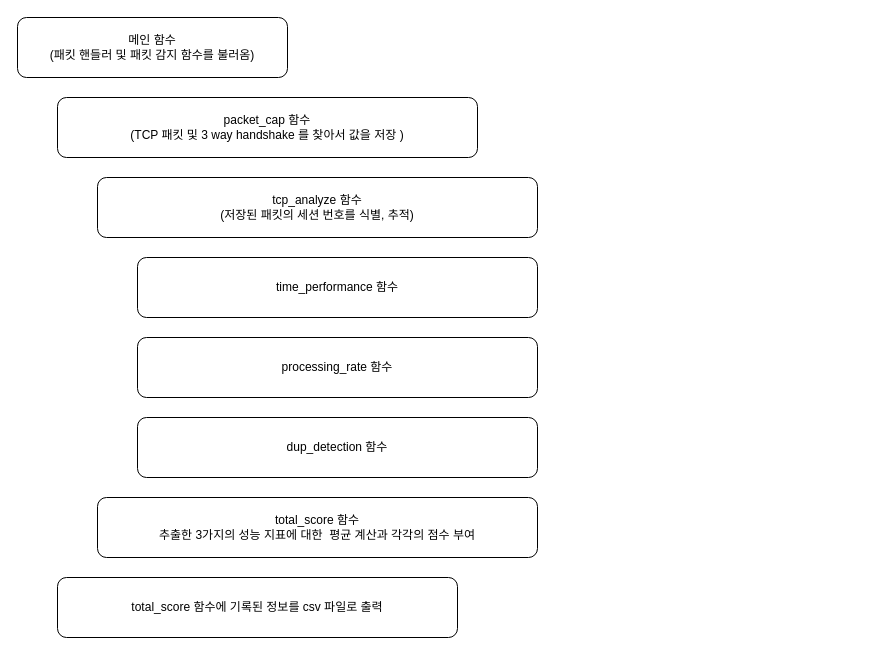
Before: Tcp-analyzer/plan.drawio in organic4597/My-Wins-Portfolio, a draw.io diagram. Source tidied: cells renumbered, new cells numbered last; positions are measured from the earlier drawing's top-left corner, leaving out a move shared by most shapes. Both pictures are drawn from the tidied source at 100%, with x=0, y=0 at pixel (17, 17).
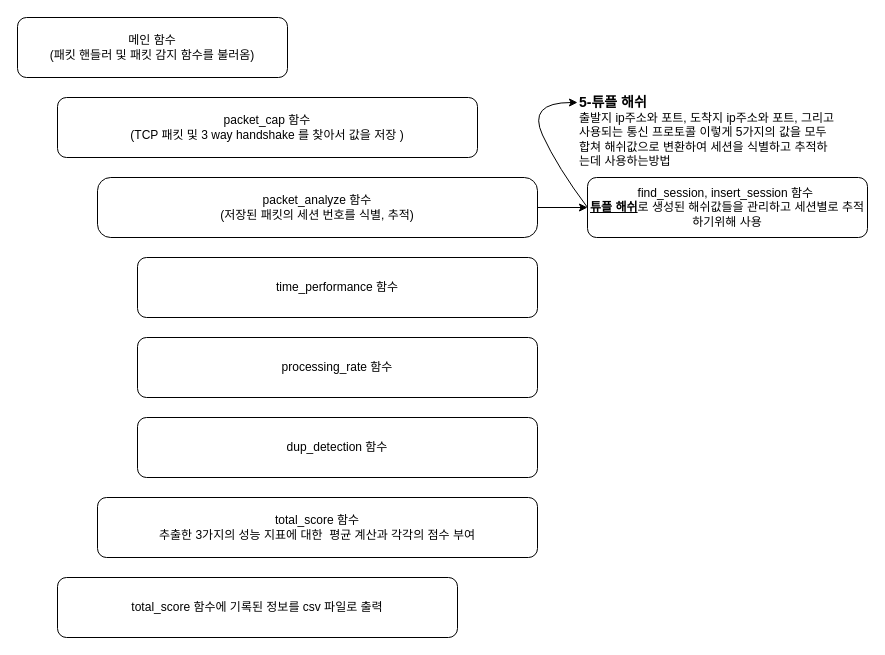
After the change.

Commit message (it also covers changes not shown here):
5-튜플 정보보 추출 후 해쉬값으로 세션별로 출력구현

Diff of the diagram source:
```diff
@@
 <mxGraphModel>
   <root>
     <mxCell id="0" />
     <mxCell id="1" parent="0" />
     <mxCell id="2" value="메인 함수&lt;div&gt;(패킷 핸들러 및 패킷 감지 함수를 불러옴)&lt;/div&gt;" style="rounded=1;whiteSpace=wrap;html=1;" parent="1" vertex="1">
       <mxGeometry width="270" height="60" as="geometry" />
     </mxCell>
     <mxCell id="3" value="packet_cap 함수&lt;div&gt;(TCP 패킷 및 3 way handshake 를 찾아서 값을 저장 )&lt;/div&gt;" style="rounded=1;whiteSpace=wrap;html=1;" parent="1" vertex="1">
       <mxGeometry x="40" y="80" width="420" height="60" as="geometry" />
     </mxCell>
+    <mxCell id="10" style="edgeStyle=none;html=1;exitX=1;exitY=0.5;exitDx=0;exitDy=0;" parent="1" edge="1" source="4" target="12">
+      <mxGeometry relative="1" as="geometry" />
+    </mxCell>
-    <mxCell id="4" value="tcp_analyze 함수&lt;div&gt;(저장된 패킷의 세션 번호를 식별, 추적)&lt;/div&gt;" style="rounded=1;whiteSpace=wrap;html=1;" parent="1" vertex="1">
+    <mxCell id="4" value="packet_analyze 함수&lt;div&gt;(저장된 패킷의 세션 번호를 식별, 추적)&lt;/div&gt;" style="rounded=1;whiteSpace=wrap;html=1;arcSize=22;" parent="1" vertex="1">
       <mxGeometry x="80" y="160" width="440" height="60" as="geometry" />
     </mxCell>
     <mxCell id="5" value="time_performance 함수" style="rounded=1;whiteSpace=wrap;html=1;" parent="1" vertex="1">
       <mxGeometry x="120" y="240" width="400" height="60" as="geometry" />
     </mxCell>
     <mxCell id="6" value="dup_detection 함수" style="rounded=1;whiteSpace=wrap;html=1;" parent="1" vertex="1">
       <mxGeometry x="120" y="400" width="400" height="60" as="geometry" />
     </mxCell>
     <mxCell id="7" value="processing_rate 함수" style="rounded=1;whiteSpace=wrap;html=1;" parent="1" vertex="1">
       <mxGeometry x="120" y="320" width="400" height="60" as="geometry" />
     </mxCell>
     <mxCell id="8" value="total_score 함수&lt;div&gt;추출한 3가지의 성능 지표에 대한&amp;nbsp; 평균 계산과 각각의 점수 부여&lt;/div&gt;" style="rounded=1;whiteSpace=wrap;html=1;" parent="1" vertex="1">
       <mxGeometry x="80" y="480" width="440" height="60" as="geometry" />
     </mxCell>
     <mxCell id="9" value="total_score 함수에 기록된 정보를 csv 파일로 출력" style="rounded=1;whiteSpace=wrap;html=1;" parent="1" vertex="1">
       <mxGeometry x="40" y="560" width="400" height="60" as="geometry" />
     </mxCell>
+    <mxCell id="11" value="&lt;font style=&quot;font-size: 14px;&quot;&gt;&lt;b&gt;5-튜플 해쉬&lt;/b&gt;&lt;/font&gt;&lt;br&gt;출발지 ip주소와 포트, 도착지 ip주소와 포트, 그리고 사용되는 통신 프로토콜 이렇게 5가지의 값을 모두 합쳐 해쉬값으로 변환하여 세션을 식별하고 추적하는데 사용하는방법" style="text;html=1;whiteSpace=wrap;overflow=hidden;rounded=0;fillColor=default;" parent="1" vertex="1">
+      <mxGeometry x="560" y="70" width="260" height="90" as="geometry" />
+    </mxCell>
+    <mxCell id="12" value="find_session, insert_session 함수&amp;nbsp;&lt;div&gt;&lt;u&gt;&lt;b&gt;튜플 해쉬&lt;/b&gt;&lt;/u&gt;로 생성된 해쉬값들을 관리하고 세션별로 추적 하기위해 사용&lt;/div&gt;" style="rounded=1;whiteSpace=wrap;html=1;" parent="1" vertex="1">
+      <mxGeometry x="570" y="160" width="280" height="60" as="geometry" />
+    </mxCell>
+    <mxCell id="13" style="curved=1;endArrow=classic;html=1;exitX=0;exitY=0.5;exitDx=0;exitDy=0;" parent="1" edge="1" source="12">
+      <mxGeometry relative="1" as="geometry">
+        <mxPoint x="560" y="85" as="targetPoint" />
+        <Array as="points">
+          <mxPoint x="540" y="150" />
+          <mxPoint x="510" y="85" />
+        </Array>
+      </mxGeometry>
+    </mxCell>
   </root>
 </mxGraphModel>
```
